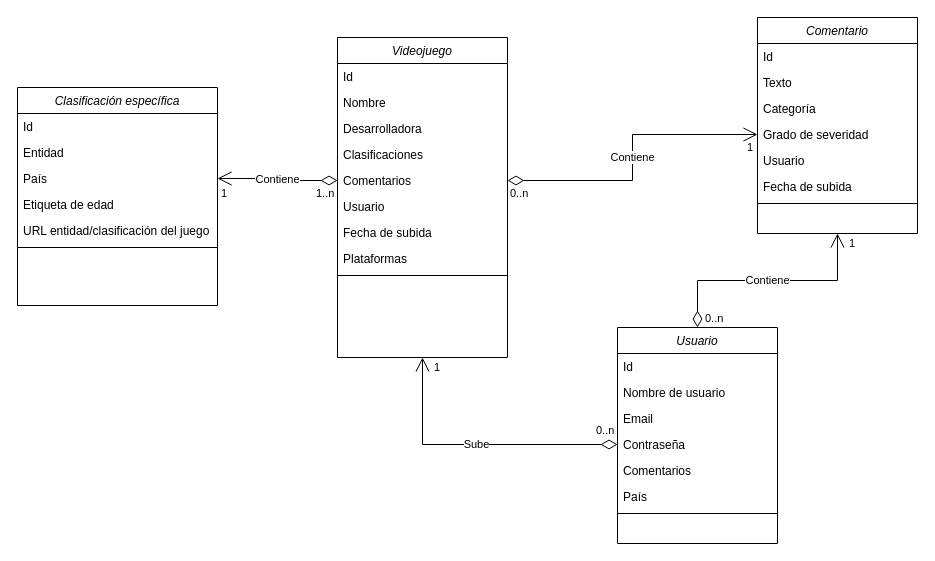
Earlier version of the draw.io diagram Entidades.drawio (GonzaloLGI/Game-Tags). Source tidied: cells renumbered, new cells numbered last; positions are measured from the earlier drawing's top-left corner, leaving out a move shared by most shapes. Both pictures are drawn from the tidied source at 100%, with x=0, y=0 at pixel (17, 17).
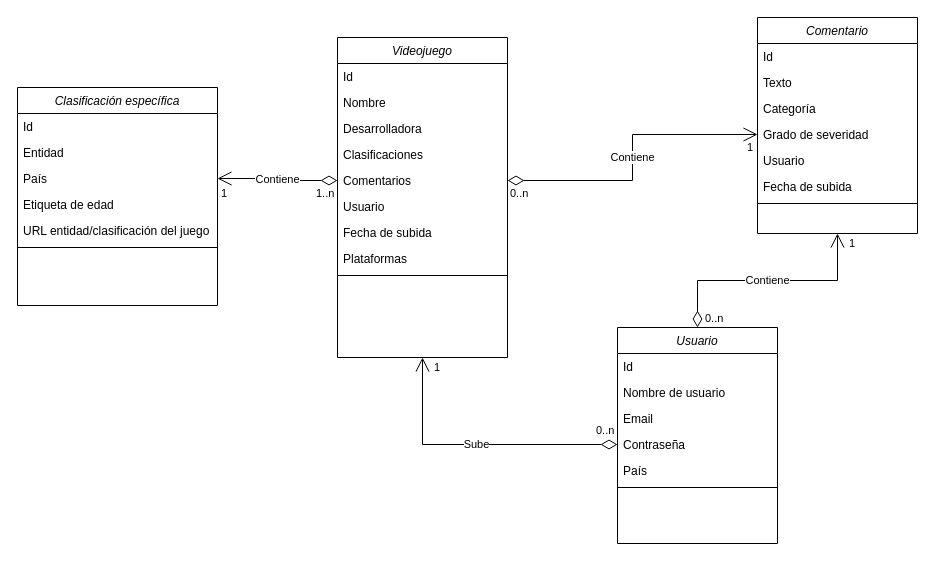
Above is the later version.

Commit message:
chore: updated Entidades diagram

Unchanged cells that the change refers to:
```xml
<mxCell id="20" value="Usuario" style="swimlane;fontStyle=2;align=center;verticalAlign=top;horizontal=1;startSize=26;rounded=0;shadow=0;strokeWidth=1;" parent="1" vertex="1">
  <mxGeometry x="600" y="310" width="160" height="216" as="geometry" />
</mxCell>
```

What changed in the source:
```diff
@@
-    <mxCell id="25" value="Comentarios" style="text;align=left;verticalAlign=top;spacingLeft=4;spacingRight=4;overflow=hidden;rounded=0;shadow=0;html=0;" parent="20" vertex="1">
-      <mxGeometry y="130" width="160" height="26" as="geometry" />
-    </mxCell>
     <mxCell id="26" value="País" style="text;align=left;verticalAlign=top;spacingLeft=4;spacingRight=4;overflow=hidden;rounded=0;shadow=0;html=0;" parent="20" vertex="1">
-      <mxGeometry y="156" width="160" height="26" as="geometry" />
+      <mxGeometry y="130" width="160" height="26" as="geometry" />
     </mxCell>
     <mxCell id="27" style="line;html=1;strokeWidth=1;align=left;verticalAlign=middle;spacingTop=-1;spacingLeft=3;spacingRight=3;labelPosition=right;" parent="20" vertex="1">
-      <mxGeometry y="182" width="160" height="8" as="geometry" />
+      <mxGeometry y="156" width="160" height="8" as="geometry" />
     </mxCell>
```
